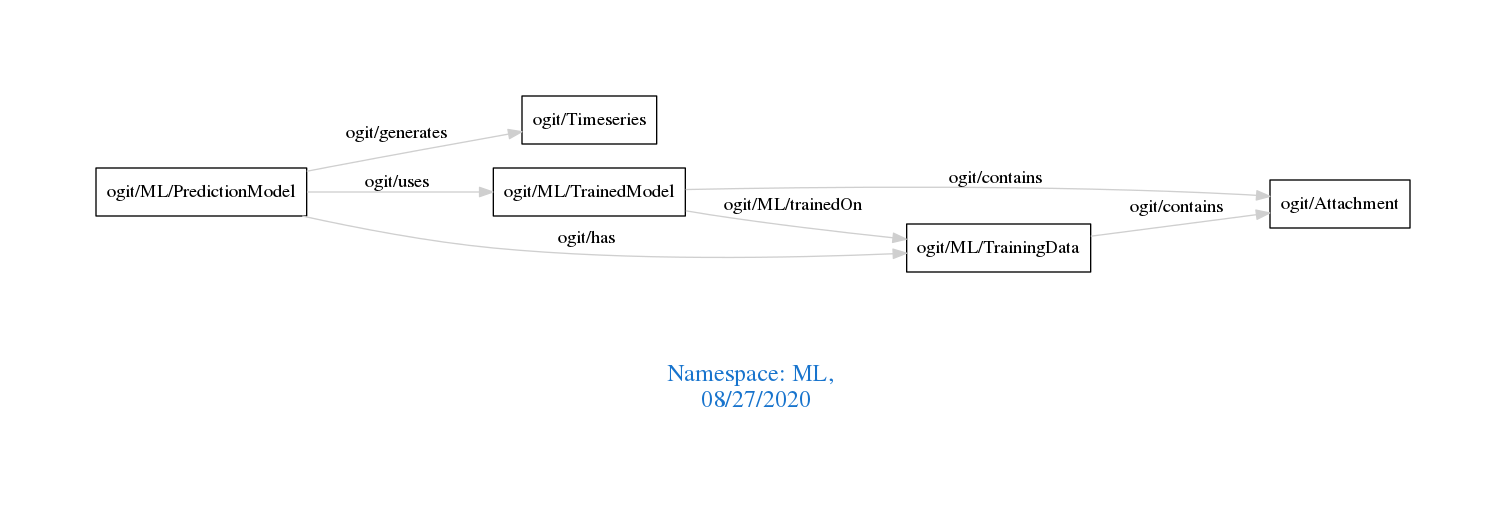
Before: downloads/ML.png, a diagram exported from Graphviz (arago/OGIT). Its source is kept beside it as downloads/ML.dot.
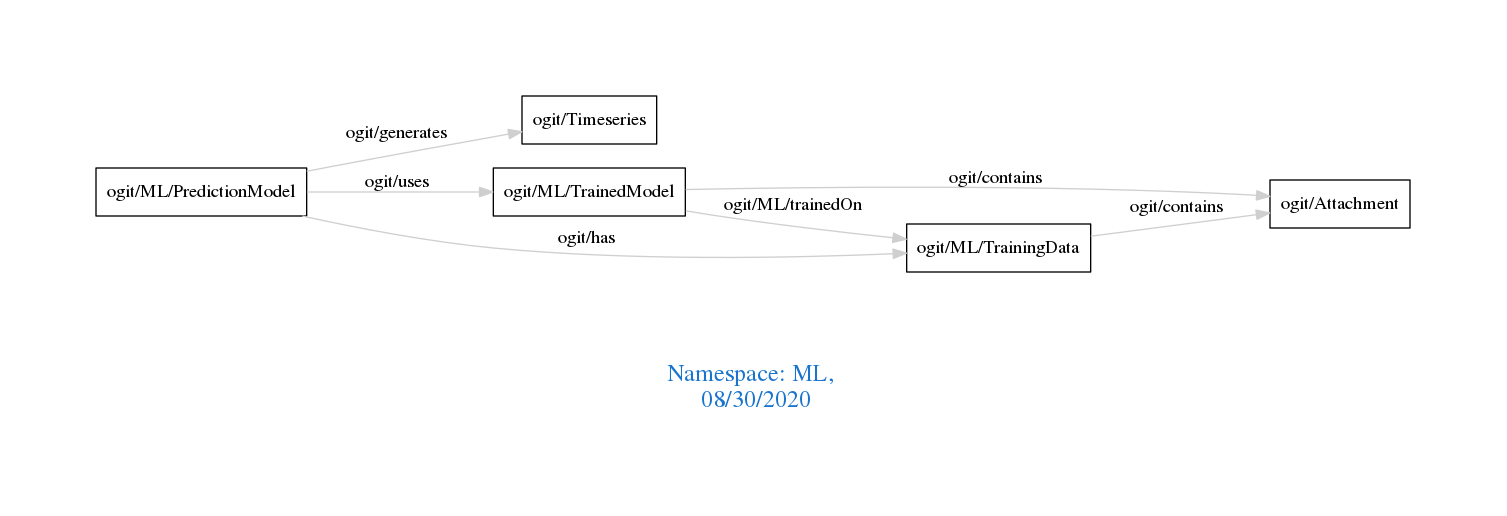
After the change.

Change to the diagram source:
```diff
@@ -1,7 +1,7 @@
 digraph OGIT_ontology {
  graph [ rankdir= LR,pad=1
 fontsize = 18,
-fontcolor= dodgerblue3,label = "\n\n\nNamespace: ML, \n 08/27/2020"];
+fontcolor= dodgerblue3,label = "\n\n\nNamespace: ML, \n 08/30/2020"];
 node[shape=polygon];
 edge [  color="gray81"];
 
```
